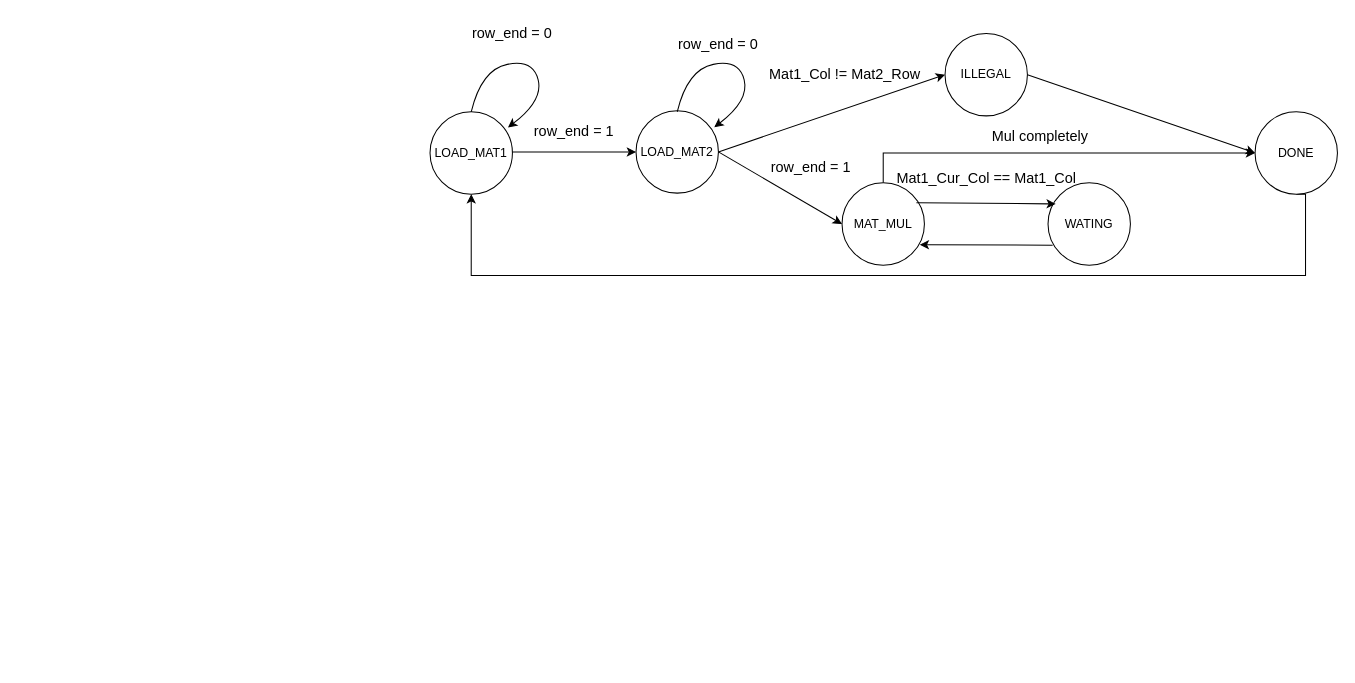
TreeLand1101/NCKU-Digital_Design keeps this draw.io diagram as HW3_P76124265/diagram/FSM state.drawio. Above is the earlier version. Source tidied: cells renumbered, new cells numbered last; positions are measured from the earlier drawing's top-left corner, leaving out a move shared by most shapes. Both pictures are drawn from the tidied source at 103%, with x=0, y=0 at pixel (430, 18).
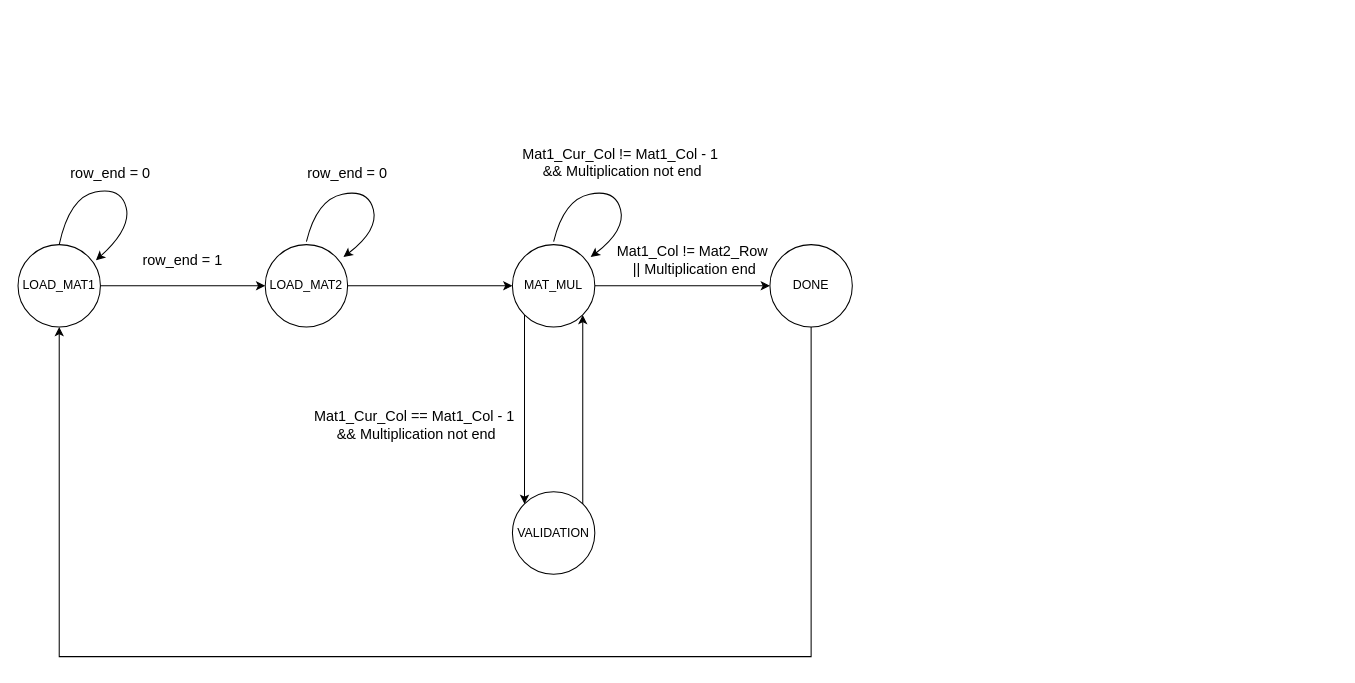
After the change.

Diff of the diagram source:
```diff
@@
     <mxCell id="2" value="LOAD_MAT1" style="ellipse;whiteSpace=wrap;html=1;" parent="1" vertex="1">
-      <mxGeometry y="91" width="80" height="80" as="geometry" />
+      <mxGeometry x="-400" y="220" width="80" height="80" as="geometry" />
     </mxCell>
     <mxCell id="3" value="LOAD_MAT2" style="ellipse;whiteSpace=wrap;html=1;" parent="1" vertex="1">
-      <mxGeometry x="200" y="90" width="80" height="80" as="geometry" />
+      <mxGeometry x="-160" y="220" width="80" height="80" as="geometry" />
     </mxCell>
-    <mxCell id="4" style="endArrow=classic;html=1;rounded=0;exitX=1;exitY=0.5;exitDx=0;exitDy=0;entryX=0;entryY=0.5;entryDx=0;entryDy=0;" parent="1" edge="1" target="3">
-      <mxGeometry relative="1" as="geometry">
-        <mxPoint x="80" y="130" as="sourcePoint" />
-      </mxGeometry>
-    </mxCell>
+    <mxCell id="25" style="endArrow=classic;html=1;rounded=0;exitX=1;exitY=0.5;exitDx=0;exitDy=0;entryX=0;entryY=0.5;entryDx=0;entryDy=0;" parent="1" edge="1" source="2" target="3">
+      <mxGeometry relative="1" as="geometry" />
+    </mxCell>
+    <mxCell id="8" style="edgeStyle=orthogonalEdgeStyle;rounded=0;jettySize=auto;html=1;exitX=0.5;exitY=1;exitDx=0;exitDy=0;entryX=0.5;entryY=1;entryDx=0;entryDy=0;" parent="1" edge="1" source="9" target="2">
+      <mxGeometry relative="1" as="geometry">
+        <Array as="points">
+          <mxPoint x="370" y="620" />
+          <mxPoint x="-360" y="620" />
+        </Array>
+      </mxGeometry>
+    </mxCell>
+    <mxCell id="13" style="curved=1;endArrow=classic;html=1;rounded=0;exitX=0.5;exitY=0;exitDx=0;exitDy=0;entryX=0.946;entryY=0.19;entryDx=0;entryDy=0;entryPerimeter=0;strokeColor=default;flowAnimation=0;" parent="1" edge="1" source="2" target="2">
+      <mxGeometry relative="1" as="geometry">
+        <Array as="points">
+          <mxPoint x="-350" y="174" />
+          <mxPoint x="-300" y="164" />
+          <mxPoint x="-290" y="204" />
+        </Array>
+      </mxGeometry>
+    </mxCell>
+    <mxCell id="26" style="curved=1;endArrow=classic;html=1;rounded=0;exitX=0.5;exitY=0;exitDx=0;exitDy=0;entryX=0.946;entryY=0.19;entryDx=0;entryDy=0;entryPerimeter=0;strokeColor=default;flowAnimation=0;" parent="1" edge="1">
+      <mxGeometry relative="1" as="geometry">
+        <mxPoint x="-120" y="217" as="sourcePoint" />
+        <mxPoint x="-84" y="232" as="targetPoint" />
+        <Array as="points">
+          <mxPoint x="-110" y="176" />
+          <mxPoint x="-60" y="166" />
+          <mxPoint x="-50" y="206" />
+        </Array>
+      </mxGeometry>
+    </mxCell>
+    <mxCell id="27" value="&lt;font style=&quot;font-size: 14px;&quot;&gt;row_end = 1&lt;/font&gt;" style="text;html=1;align=center;verticalAlign=middle;whiteSpace=wrap;rounded=0;" parent="1" vertex="1">
+      <mxGeometry x="-280" y="220" width="80" height="30" as="geometry" />
+    </mxCell>
+    <mxCell id="28" value="&lt;font style=&quot;font-size: 14px;&quot;&gt;row_end = 0&lt;/font&gt;" style="text;html=1;align=center;verticalAlign=middle;whiteSpace=wrap;rounded=0;" parent="1" vertex="1">
+      <mxGeometry x="-350" y="136" width="80" height="30" as="geometry" />
+    </mxCell>
+    <mxCell id="29" value="&lt;font style=&quot;font-size: 14px;&quot;&gt;row_end = 0&lt;/font&gt;" style="text;html=1;align=center;verticalAlign=middle;whiteSpace=wrap;rounded=0;" parent="1" vertex="1">
+      <mxGeometry x="-120" y="136" width="80" height="30" as="geometry" />
+    </mxCell>
+    <mxCell id="30" value="&lt;font style=&quot;font-size: 14px;&quot;&gt;Mat1_Col != Mat2_Row&amp;nbsp;&lt;br&gt;||&amp;nbsp;&lt;/font&gt;&lt;span style=&quot;font-size: 14px;&quot;&gt;Multiplication end&lt;/span&gt;" style="text;html=1;align=center;verticalAlign=middle;whiteSpace=wrap;rounded=0;" parent="1" vertex="1">
+      <mxGeometry x="150" y="220" width="214" height="30" as="geometry" />
+    </mxCell>
+    <mxCell id="7" style="endArrow=classic;html=1;rounded=0;exitX=1;exitY=0.5;exitDx=0;exitDy=0;entryX=0;entryY=0.5;entryDx=0;entryDy=0;" parent="1" edge="1" source="3" target="6">
+      <mxGeometry relative="1" as="geometry" />
+    </mxCell>
+    <mxCell id="31" style="curved=1;endArrow=classic;html=1;rounded=0;exitX=0.5;exitY=0;exitDx=0;exitDy=0;entryX=0.946;entryY=0.19;entryDx=0;entryDy=0;entryPerimeter=0;strokeColor=default;flowAnimation=0;" parent="1" edge="1">
+      <mxGeometry relative="1" as="geometry">
+        <mxPoint x="120" y="217" as="sourcePoint" />
+        <mxPoint x="156" y="232" as="targetPoint" />
+        <Array as="points">
+          <mxPoint x="130" y="176" />
+          <mxPoint x="180" y="166" />
+          <mxPoint x="190" y="206" />
+        </Array>
+      </mxGeometry>
+    </mxCell>
-    <mxCell id="5" style="edgeStyle=orthogonalEdgeStyle;rounded=0;jettySize=auto;html=1;exitX=0.5;exitY=0;exitDx=0;exitDy=0;" parent="1" edge="1" source="6" target="9">
+    <mxCell id="5" style="endArrow=classic;html=1;rounded=0;exitX=1;exitY=0.5;exitDx=0;exitDy=0;entryX=0;entryY=0.5;entryDx=0;entryDy=0;" parent="1" edge="1" source="6" target="9">
       <mxGeometry relative="1" as="geometry" />
     </mxCell>
+    <mxCell id="9" value="DONE" style="ellipse;whiteSpace=wrap;html=1;" parent="1" vertex="1">
+      <mxGeometry x="330" y="220" width="80" height="80" as="geometry" />
+    </mxCell>
+    <mxCell id="32" style="endArrow=classic;html=1;rounded=0;exitX=1;exitY=0.5;exitDx=0;exitDy=0;entryX=0;entryY=0.5;entryDx=0;entryDy=0;" parent="1" edge="1" target="6">
+      <mxGeometry relative="1" as="geometry">
+        <mxPoint x="106" y="255.5" as="sourcePoint" />
+      </mxGeometry>
+    </mxCell>
     <mxCell id="6" value="MAT_MUL" style="ellipse;whiteSpace=wrap;html=1;" parent="1" vertex="1">
-      <mxGeometry x="400" y="160" width="80" height="80" as="geometry" />
+      <mxGeometry x="80" y="220" width="80" height="80" as="geometry" />
     </mxCell>
-    <mxCell id="7" style="endArrow=classic;html=1;rounded=0;exitX=1;exitY=0.5;exitDx=0;exitDy=0;entryX=0;entryY=0.5;entryDx=0;entryDy=0;" parent="1" edge="1" source="3" target="6">
-      <mxGeometry relative="1" as="geometry" />
-    </mxCell>
-    <mxCell id="8" style="edgeStyle=orthogonalEdgeStyle;rounded=0;jettySize=auto;html=1;exitX=0.5;exitY=1;exitDx=0;exitDy=0;entryX=0.5;entryY=1;entryDx=0;entryDy=0;" parent="1" edge="1" source="9" target="2">
-      <mxGeometry relative="1" as="geometry">
-        <Array as="points">
-          <mxPoint x="850" y="171" />
-          <mxPoint x="850" y="250" />
-          <mxPoint x="40" y="250" />
-        </Array>
-      </mxGeometry>
-    </mxCell>
-    <mxCell id="9" value="DONE" style="ellipse;whiteSpace=wrap;html=1;" parent="1" vertex="1">
-      <mxGeometry x="801" y="91" width="80" height="80" as="geometry" />
-    </mxCell>
-    <mxCell id="10" style="endArrow=classic;html=1;rounded=0;exitX=1;exitY=0.5;exitDx=0;exitDy=0;entryX=0;entryY=0.5;entryDx=0;entryDy=0;" parent="1" edge="1" source="12" target="9">
-      <mxGeometry relative="1" as="geometry" />
-    </mxCell>
-    <mxCell id="11" style="endArrow=classic;html=1;rounded=0;exitX=1;exitY=0.5;exitDx=0;exitDy=0;entryX=0;entryY=0.5;entryDx=0;entryDy=0;" parent="1" edge="1" source="3" target="12">
-      <mxGeometry relative="1" as="geometry" />
-    </mxCell>
-    <mxCell id="12" value="ILLEGAL" style="ellipse;whiteSpace=wrap;html=1;" parent="1" vertex="1">
-      <mxGeometry x="500" y="15" width="80" height="80" as="geometry" />
-    </mxCell>
-    <mxCell id="13" style="curved=1;endArrow=classic;html=1;rounded=0;exitX=0.5;exitY=0;exitDx=0;exitDy=0;entryX=0.946;entryY=0.19;entryDx=0;entryDy=0;entryPerimeter=0;strokeColor=default;flowAnimation=0;" parent="1" edge="1" source="2" target="2">
-      <mxGeometry relative="1" as="geometry">
-        <Array as="points">
-          <mxPoint x="50" y="50" />
-          <mxPoint x="100" y="40" />
-          <mxPoint x="110" y="80" />
-        </Array>
-      </mxGeometry>
-    </mxCell>
-    <mxCell id="14" style="curved=1;endArrow=classic;html=1;rounded=0;exitX=0.5;exitY=0;exitDx=0;exitDy=0;entryX=0.946;entryY=0.19;entryDx=0;entryDy=0;entryPerimeter=0;strokeColor=default;flowAnimation=0;" parent="1" edge="1">
-      <mxGeometry relative="1" as="geometry">
-        <mxPoint x="240" y="91" as="sourcePoint" />
-        <mxPoint x="276" y="106" as="targetPoint" />
-        <Array as="points">
-          <mxPoint x="250" y="50" />
-          <mxPoint x="300" y="40" />
-          <mxPoint x="310" y="80" />
-        </Array>
-      </mxGeometry>
-    </mxCell>
-    <mxCell id="15" value="&lt;font style=&quot;font-size: 14px;&quot;&gt;row_end = 1&lt;/font&gt;" style="text;html=1;align=center;verticalAlign=middle;whiteSpace=wrap;rounded=0;" parent="1" vertex="1">
-      <mxGeometry x="100" y="95" width="80" height="30" as="geometry" />
-    </mxCell>
-    <mxCell id="16" value="&lt;font style=&quot;font-size: 14px;&quot;&gt;row_end = 0&lt;/font&gt;" style="text;html=1;align=center;verticalAlign=middle;whiteSpace=wrap;rounded=0;" parent="1" vertex="1">
-      <mxGeometry x="40" width="80" height="30" as="geometry" />
-    </mxCell>
-    <mxCell id="17" value="&lt;font style=&quot;font-size: 14px;&quot;&gt;row_end = 0&lt;/font&gt;" style="text;html=1;align=center;verticalAlign=middle;whiteSpace=wrap;rounded=0;" parent="1" vertex="1">
-      <mxGeometry x="240" y="11" width="80" height="30" as="geometry" />
-    </mxCell>
-    <mxCell id="18" value="&lt;font style=&quot;font-size: 14px;&quot;&gt;row_end = 1&lt;/font&gt;" style="text;html=1;align=center;verticalAlign=middle;whiteSpace=wrap;rounded=0;" parent="1" vertex="1">
-      <mxGeometry x="330" y="130" width="80" height="30" as="geometry" />
-    </mxCell>
-    <mxCell id="19" value="&lt;font style=&quot;font-size: 14px;&quot;&gt;Mat1_Col != Mat2_Row&amp;nbsp;&lt;/font&gt;" style="text;html=1;align=center;verticalAlign=middle;whiteSpace=wrap;rounded=0;" parent="1" vertex="1">
-      <mxGeometry x="310" y="40" width="190" height="30" as="geometry" />
-    </mxCell>
-    <mxCell id="20" value="WATING" style="ellipse;whiteSpace=wrap;html=1;" parent="1" vertex="1">
-      <mxGeometry x="600" y="160" width="80" height="80" as="geometry" />
-    </mxCell>
-    <mxCell id="21" style="endArrow=classic;html=1;rounded=0;exitX=0.903;exitY=0.242;exitDx=0;exitDy=0;entryX=0.094;entryY=0.256;entryDx=0;entryDy=0;exitPerimeter=0;entryPerimeter=0;" parent="1" edge="1" source="6" target="20">
-      <mxGeometry relative="1" as="geometry" />
-    </mxCell>
-    <mxCell id="22" style="endArrow=classic;html=1;rounded=0;exitX=0.043;exitY=0.716;exitDx=0;exitDy=0;entryX=0.931;entryY=0.708;entryDx=0;entryDy=0;exitPerimeter=0;entryPerimeter=0;" parent="1" edge="1">
-      <mxGeometry relative="1" as="geometry">
-        <mxPoint x="604.5" y="220.6" as="sourcePoint" />
-        <mxPoint x="475.5" y="220" as="targetPoint" />
-      </mxGeometry>
-    </mxCell>
-    <mxCell id="23" value="&lt;span style=&quot;font-size: 14px;&quot;&gt;Mat1_Cur_Col == Mat1_Col&lt;/span&gt;" style="text;html=1;align=center;verticalAlign=middle;whiteSpace=wrap;rounded=0;" parent="1" vertex="1">
-      <mxGeometry x="447.5" y="141" width="185" height="30" as="geometry" />
-    </mxCell>
-    <mxCell id="24" value="&lt;span style=&quot;font-size: 14px;&quot;&gt;Mul completely&lt;/span&gt;" style="text;html=1;align=center;verticalAlign=middle;whiteSpace=wrap;rounded=0;" parent="1" vertex="1">
-      <mxGeometry x="500" y="100" width="185" height="30" as="geometry" />
-    </mxCell>
+    <mxCell id="33" value="VALIDATION" style="ellipse;whiteSpace=wrap;html=1;" parent="1" vertex="1">
+      <mxGeometry x="80" y="460" width="80" height="80" as="geometry" />
+    </mxCell>
+    <mxCell id="34" style="endArrow=classic;html=1;rounded=0;exitX=1;exitY=0;exitDx=0;exitDy=0;entryX=1;entryY=1;entryDx=0;entryDy=0;" parent="1" edge="1" source="33" target="6">
+      <mxGeometry relative="1" as="geometry" />
+    </mxCell>
+    <mxCell id="35" style="endArrow=classic;html=1;rounded=0;exitX=0;exitY=1;exitDx=0;exitDy=0;entryX=0;entryY=0;entryDx=0;entryDy=0;" parent="1" edge="1" source="6" target="33">
+      <mxGeometry relative="1" as="geometry" />
+    </mxCell>
+    <mxCell id="36" value="&lt;font style=&quot;font-size: 14px;&quot;&gt;Mat1_Cur_Col == Mat1_Col - 1&amp;nbsp;&lt;br&gt;&amp;amp;&amp;amp;&amp;nbsp;&lt;/font&gt;&lt;span style=&quot;font-size: 14px;&quot;&gt;Multiplication not end&lt;/span&gt;" style="text;html=1;align=center;verticalAlign=middle;whiteSpace=wrap;rounded=0;" parent="1" vertex="1">
+      <mxGeometry x="-120" y="380" width="214" height="30" as="geometry" />
+    </mxCell>
+    <mxCell id="37" value="&lt;font style=&quot;font-size: 14px;&quot;&gt;Mat1_Cur_Col != Mat1_Col - 1&amp;nbsp;&lt;br&gt;&amp;amp;&amp;amp;&amp;nbsp;&lt;/font&gt;&lt;span style=&quot;font-size: 14px;&quot;&gt;Multiplication not end&lt;/span&gt;" style="text;html=1;align=center;verticalAlign=middle;whiteSpace=wrap;rounded=0;" parent="1" vertex="1">
+      <mxGeometry x="80" y="125" width="214" height="30" as="geometry" />
+    </mxCell>
```
